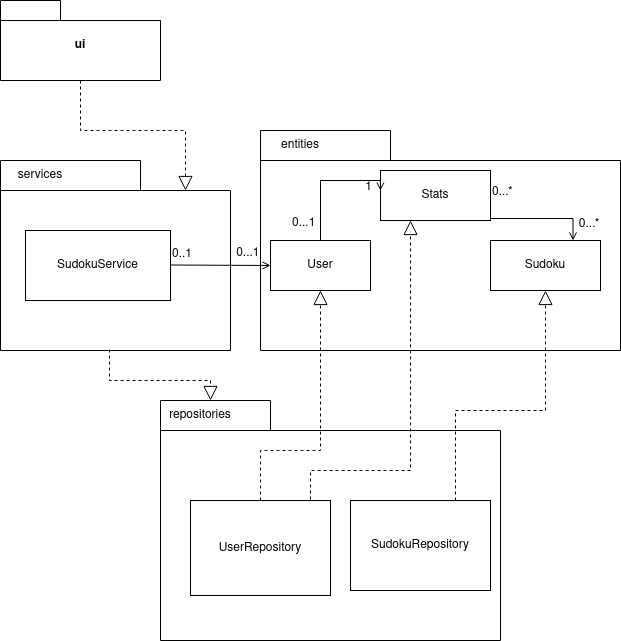
jnnhan/ot-harjoitustyo keeps this draw.io diagram as dokumentaatio/kuvat/pakkauskaavio.png. Above is the earlier version. Source tidied: cells renumbered, new cells last; positions are measured from the earlier drawing's top-left corner, leaving out a move shared by most shapes. Its diagram source:
```xml
<mxGraphModel>
  <root>
    <mxCell id="0" />
    <mxCell id="1" parent="0" />
    <mxCell id="2" value="ui" style="shape=folder;fontStyle=1;spacingTop=10;tabWidth=60;tabHeight=20;tabPosition=left;html=1;whiteSpace=wrap;" parent="1" vertex="1">
      <mxGeometry width="160" height="80" as="geometry" />
    </mxCell>
    <mxCell id="3" style="shape=folder;fontStyle=1;spacingTop=10;tabWidth=140;tabHeight=30;tabPosition=left;html=1;whiteSpace=wrap;" parent="1" vertex="1">
      <mxGeometry y="160" width="230" height="190" as="geometry" />
    </mxCell>
    <mxCell id="4" style="shape=folder;fontStyle=1;spacingTop=10;tabWidth=130;tabHeight=30;tabPosition=left;html=1;whiteSpace=wrap;" parent="1" vertex="1">
      <mxGeometry x="260" y="130" width="360" height="220" as="geometry" />
    </mxCell>
    <mxCell id="5" style="shape=folder;fontStyle=1;spacingTop=10;tabWidth=110;tabHeight=30;tabPosition=left;html=1;whiteSpace=wrap;" parent="1" vertex="1">
      <mxGeometry x="160" y="400" width="340" height="240" as="geometry" />
    </mxCell>
    <mxCell id="6" value="SudokuService" style="html=1;whiteSpace=wrap;" parent="1" vertex="1">
      <mxGeometry x="25" y="230" width="145" height="70" as="geometry" />
    </mxCell>
    <mxCell id="7" value="User" style="html=1;whiteSpace=wrap;" parent="1" vertex="1">
      <mxGeometry x="270" y="240" width="100" height="50" as="geometry" />
    </mxCell>
    <mxCell id="8" value="Sudoku" style="html=1;whiteSpace=wrap;" parent="1" vertex="1">
      <mxGeometry x="490" y="240" width="110" height="50" as="geometry" />
    </mxCell>
    <mxCell id="9" value="UserRepository" style="html=1;whiteSpace=wrap;" parent="1" vertex="1">
      <mxGeometry x="190" y="500" width="140" height="95" as="geometry" />
    </mxCell>
    <mxCell id="10" value="SudokuRepository" style="html=1;whiteSpace=wrap;" parent="1" vertex="1">
      <mxGeometry x="350" y="500" width="140" height="90" as="geometry" />
    </mxCell>
    <mxCell id="11" value="Stats" style="html=1;whiteSpace=wrap;" parent="1" vertex="1">
      <mxGeometry x="380" y="170" width="110" height="50" as="geometry" />
    </mxCell>
    <mxCell id="12" value="services" style="text;html=1;strokeColor=none;fillColor=none;align=center;verticalAlign=middle;whiteSpace=wrap;rounded=0;" parent="1" vertex="1">
      <mxGeometry x="10" y="160" width="60" height="30" as="geometry" />
    </mxCell>
    <mxCell id="13" value="entities" style="text;html=1;strokeColor=none;fillColor=none;align=center;verticalAlign=middle;whiteSpace=wrap;rounded=0;" parent="1" vertex="1">
      <mxGeometry x="270" y="130" width="60" height="30" as="geometry" />
    </mxCell>
    <mxCell id="14" value="repositories" style="text;html=1;strokeColor=none;fillColor=none;align=center;verticalAlign=middle;whiteSpace=wrap;rounded=0;" parent="1" vertex="1">
      <mxGeometry x="170" y="400" width="60" height="30" as="geometry" />
    </mxCell>
    <mxCell id="15" style="endArrow=block;dashed=1;endFill=0;endSize=12;html=1;rounded=0;exitX=0.5;exitY=1;exitDx=0;exitDy=0;exitPerimeter=0;entryX=0;entryY=0;entryDx=185;entryDy=30;entryPerimeter=0;" parent="1" edge="1" source="2" target="3">
      <mxGeometry relative="1" as="geometry">
        <Array as="points">
          <mxPoint x="80" y="130" />
          <mxPoint x="185" y="130" />
        </Array>
      </mxGeometry>
    </mxCell>
    <mxCell id="16" style="endArrow=block;dashed=1;endFill=0;endSize=12;html=1;rounded=0;exitX=0.474;exitY=0.995;exitDx=0;exitDy=0;exitPerimeter=0;" parent="1" edge="1" source="3">
      <mxGeometry relative="1" as="geometry">
        <mxPoint x="210" y="400" as="targetPoint" />
        <Array as="points">
          <mxPoint x="109" y="380" />
          <mxPoint x="210" y="380" />
        </Array>
      </mxGeometry>
    </mxCell>
    <mxCell id="17" style="endArrow=block;dashed=1;endFill=0;endSize=12;html=1;rounded=0;exitX=0.5;exitY=0;exitDx=0;exitDy=0;entryX=0.5;entryY=1;entryDx=0;entryDy=0;" parent="1" edge="1" source="9" target="7">
      <mxGeometry relative="1" as="geometry">
        <Array as="points">
          <mxPoint x="260" y="450" />
          <mxPoint x="320" y="450" />
        </Array>
      </mxGeometry>
    </mxCell>
    <mxCell id="18" style="endArrow=block;dashed=1;endFill=0;endSize=12;html=1;rounded=0;exitX=0.75;exitY=0;exitDx=0;exitDy=0;entryX=0.5;entryY=1;entryDx=0;entryDy=0;" parent="1" edge="1" source="10" target="8">
      <mxGeometry relative="1" as="geometry">
        <Array as="points">
          <mxPoint x="455" y="410" />
          <mxPoint x="545" y="410" />
        </Array>
      </mxGeometry>
    </mxCell>
    <mxCell id="19" style="endArrow=block;dashed=1;endFill=0;endSize=12;html=1;rounded=0;exitX=0.857;exitY=-0.011;exitDx=0;exitDy=0;exitPerimeter=0;" parent="1" edge="1" source="9">
      <mxGeometry relative="1" as="geometry">
        <mxPoint x="410" y="220" as="targetPoint" />
        <Array as="points">
          <mxPoint x="310" y="470" />
          <mxPoint x="410" y="470" />
        </Array>
      </mxGeometry>
    </mxCell>
    <mxCell id="20" style="endArrow=open;shadow=0;strokeWidth=1;rounded=0;endFill=1;edgeStyle=elbowEdgeStyle;elbow=vertical;entryX=0;entryY=0.5;entryDx=0;entryDy=0;" parent="1" edge="1" target="7">
      <mxGeometry x="0.5" y="41" relative="1" as="geometry">
        <mxPoint x="170" y="264.5" as="sourcePoint" />
        <mxPoint x="-40" y="32" as="offset" />
      </mxGeometry>
    </mxCell>
    <mxCell id="21" value="0..1" style="align=left;verticalAlign=bottom;labelBackgroundColor=none;fontSize=12;" parent="20" vertex="1">
      <mxGeometry x="-1" relative="1" as="geometry">
        <mxPoint y="-4" as="offset" />
      </mxGeometry>
    </mxCell>
    <mxCell id="22" value="0...1" style="align=right;verticalAlign=bottom;labelBackgroundColor=none;fontSize=12;" parent="20" vertex="1">
      <mxGeometry x="1" relative="1" as="geometry">
        <mxPoint x="-10" y="-5" as="offset" />
      </mxGeometry>
    </mxCell>
    <mxCell id="23" style="endArrow=open;shadow=0;strokeWidth=1;rounded=0;endFill=1;edgeStyle=elbowEdgeStyle;elbow=vertical;exitX=0.5;exitY=0;exitDx=0;exitDy=0;entryX=0.333;entryY=0.273;entryDx=0;entryDy=0;entryPerimeter=0;" parent="1" edge="1" source="7" target="4">
      <mxGeometry x="0.5" y="41" relative="1" as="geometry">
        <Array as="points">
          <mxPoint x="350" y="180" />
          <mxPoint x="320" y="210" />
        </Array>
        <mxPoint x="-40" y="32" as="offset" />
      </mxGeometry>
    </mxCell>
    <mxCell id="24" value="0...1" style="align=left;verticalAlign=bottom;labelBackgroundColor=none;fontSize=12;" parent="23" vertex="1">
      <mxGeometry x="-1" relative="1" as="geometry">
        <mxPoint x="-30" y="-10" as="offset" />
      </mxGeometry>
    </mxCell>
    <mxCell id="25" value="1" style="align=right;verticalAlign=bottom;labelBackgroundColor=none;fontSize=12;" parent="23" vertex="1">
      <mxGeometry x="1" relative="1" as="geometry">
        <mxPoint x="-7" y="4" as="offset" />
      </mxGeometry>
    </mxCell>
    <mxCell id="26" style="endArrow=open;shadow=0;strokeWidth=1;rounded=0;endFill=1;edgeStyle=elbowEdgeStyle;elbow=vertical;exitX=1;exitY=0.5;exitDx=0;exitDy=0;entryX=0.75;entryY=0;entryDx=0;entryDy=0;" parent="1" edge="1" source="11" target="8">
      <mxGeometry x="0.5" y="41" relative="1" as="geometry">
        <mxPoint x="-40" y="32" as="offset" />
      </mxGeometry>
    </mxCell>
    <mxCell id="27" value="0...*" style="align=left;verticalAlign=bottom;labelBackgroundColor=none;fontSize=12;" parent="26" vertex="1">
      <mxGeometry x="-1" relative="1" as="geometry">
        <mxPoint y="4" as="offset" />
      </mxGeometry>
    </mxCell>
    <mxCell id="28" value="0...*" style="align=right;verticalAlign=bottom;labelBackgroundColor=none;fontSize=12;" parent="26" vertex="1">
      <mxGeometry x="1" relative="1" as="geometry">
        <mxPoint x="28" y="-10" as="offset" />
      </mxGeometry>
    </mxCell>
  </root>
</mxGraphModel>
```
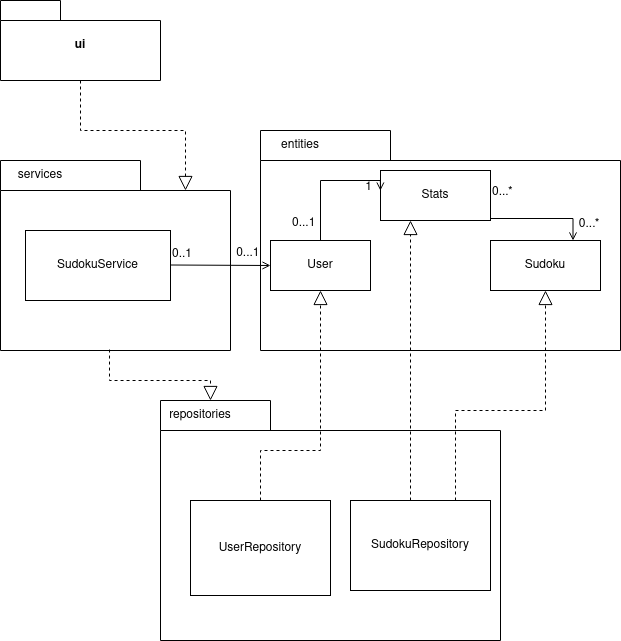
The same file after the commit.

Change to the diagram source:
```diff
@@ -74,11 +74,11 @@
         </Array>
       </mxGeometry>
     </mxCell>
-    <mxCell id="19" style="endArrow=block;dashed=1;endFill=0;endSize=12;html=1;rounded=0;exitX=0.857;exitY=-0.011;exitDx=0;exitDy=0;exitPerimeter=0;" parent="1" edge="1" source="9">
+    <mxCell id="19" style="endArrow=block;dashed=1;endFill=0;endSize=12;html=1;rounded=0;" parent="1" edge="1">
       <mxGeometry relative="1" as="geometry">
+        <mxPoint x="410" y="500" as="sourcePoint" />
         <mxPoint x="410" y="220" as="targetPoint" />
         <Array as="points">
-          <mxPoint x="310" y="470" />
           <mxPoint x="410" y="470" />
         </Array>
       </mxGeometry>
```
